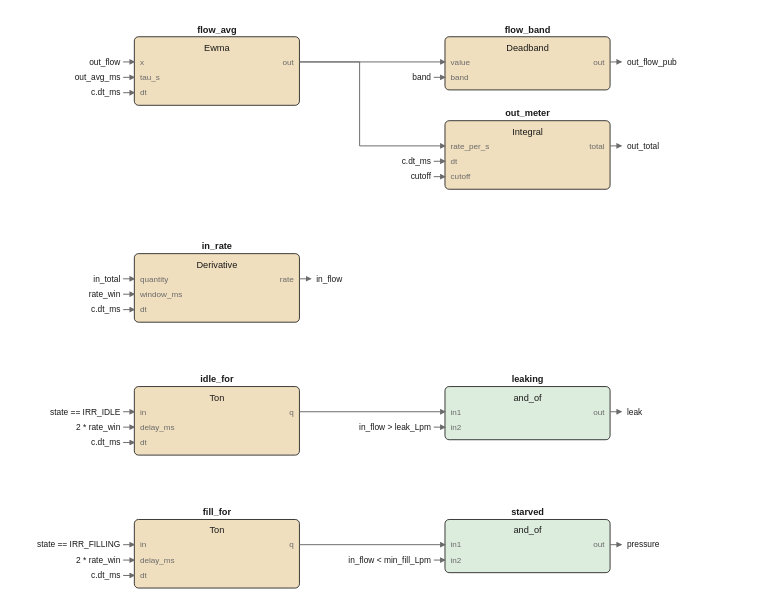
Above: images/logic/irr_meters_fbd.drawio.svg in pstch/botanik2 (draw.io), before the change. Source tidied: cells renumbered, new cells last; positions are measured from the earlier drawing's top-left corner, leaving out a move shared by most shapes.
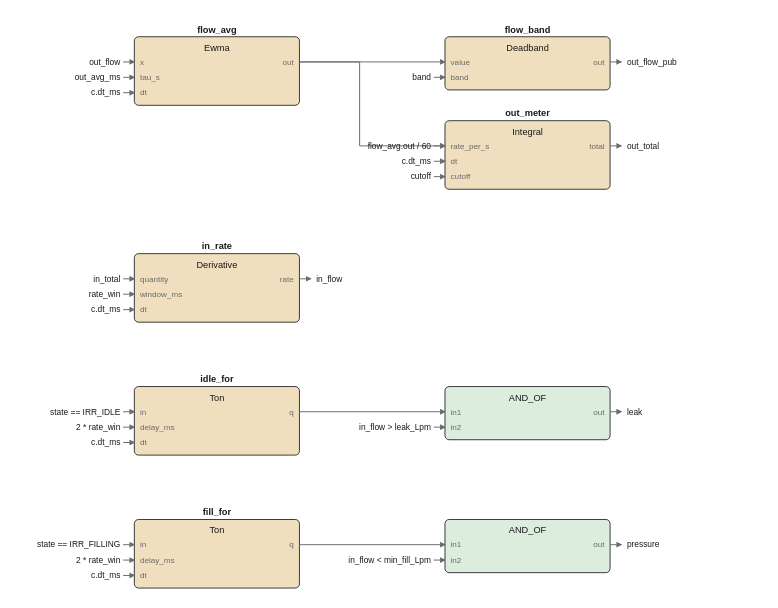
After the change.

The edit, as a diff of the source:
```diff
@@ -107,122 +107,125 @@
     <mxCell id="36" style="rounded=1;fillColor=#dcecdd;strokeColor=#1a1a1a;whiteSpace=wrap;html=1;fontSize=8;" parent="1" vertex="1">
       <mxGeometry x="232" y="260" width="118" height="38" as="geometry" />
     </mxCell>
-    <mxCell id="37" value="leaking" style="text;html=1;fontSize=6;fontColor=#1a1a1a;align=center;fontStyle=1;" parent="1" vertex="1">
-      <mxGeometry x="291" y="250.4" width="40" height="10.6" as="geometry" />
+    <mxCell id="37" value="AND_OF" style="text;html=1;fontSize=6;fontColor=#1a1a1a;align=center;" parent="1" vertex="1">
+      <mxGeometry x="291" y="263.4" width="40" height="10.6" as="geometry" />
     </mxCell>
-    <mxCell id="38" value="and_of" style="text;html=1;fontSize=6;fontColor=#1a1a1a;align=center;" parent="1" vertex="1">
-      <mxGeometry x="291" y="263.4" width="40" height="10.6" as="geometry" />
+    <mxCell id="38" value="in1" style="text;html=1;fontSize=5;fontColor=#6b6b6b;align=left;" parent="1" vertex="1">
+      <mxGeometry x="236" y="274.2" width="40" height="9.8" as="geometry" />
     </mxCell>
-    <mxCell id="39" value="in1" style="text;html=1;fontSize=5;fontColor=#6b6b6b;align=left;" parent="1" vertex="1">
-      <mxGeometry x="236" y="274.2" width="40" height="9.8" as="geometry" />
+    <mxCell id="39" value="in2" style="text;html=1;fontSize=5;fontColor=#6b6b6b;align=left;" parent="1" vertex="1">
+      <mxGeometry x="236" y="285.2" width="40" height="9.8" as="geometry" />
     </mxCell>
-    <mxCell id="40" value="in2" style="text;html=1;fontSize=5;fontColor=#6b6b6b;align=left;" parent="1" vertex="1">
-      <mxGeometry x="236" y="285.2" width="40" height="9.8" as="geometry" />
+    <mxCell id="40" value="out" style="text;html=1;fontSize=5;fontColor=#6b6b6b;align=left;" parent="1" vertex="1">
+      <mxGeometry x="346" y="274.2" width="40" height="9.8" as="geometry" />
     </mxCell>
-    <mxCell id="41" value="out" style="text;html=1;fontSize=5;fontColor=#6b6b6b;align=left;" parent="1" vertex="1">
-      <mxGeometry x="346" y="274.2" width="40" height="9.8" as="geometry" />
+    <mxCell id="41" style="rounded=1;fillColor=#f0dfbe;strokeColor=#1a1a1a;whiteSpace=wrap;html=1;fontSize=8;" parent="1" vertex="1">
+      <mxGeometry x="10" y="355" width="118" height="49" as="geometry" />
     </mxCell>
-    <mxCell id="42" style="rounded=1;fillColor=#f0dfbe;strokeColor=#1a1a1a;whiteSpace=wrap;html=1;fontSize=8;" parent="1" vertex="1">
-      <mxGeometry x="10" y="355" width="118" height="49" as="geometry" />
+    <mxCell id="42" value="fill_for" style="text;html=1;fontSize=6;fontColor=#1a1a1a;align=center;fontStyle=1;" parent="1" vertex="1">
+      <mxGeometry x="69" y="345.4" width="40" height="10.6" as="geometry" />
     </mxCell>
-    <mxCell id="43" value="fill_for" style="text;html=1;fontSize=6;fontColor=#1a1a1a;align=center;fontStyle=1;" parent="1" vertex="1">
-      <mxGeometry x="69" y="345.4" width="40" height="10.6" as="geometry" />
+    <mxCell id="43" value="Ton" style="text;html=1;fontSize=6;fontColor=#1a1a1a;align=center;" parent="1" vertex="1">
+      <mxGeometry x="69" y="358.4" width="40" height="10.6" as="geometry" />
     </mxCell>
-    <mxCell id="44" value="Ton" style="text;html=1;fontSize=6;fontColor=#1a1a1a;align=center;" parent="1" vertex="1">
-      <mxGeometry x="69" y="358.4" width="40" height="10.6" as="geometry" />
+    <mxCell id="44" value="in" style="text;html=1;fontSize=5;fontColor=#6b6b6b;align=left;" parent="1" vertex="1">
+      <mxGeometry x="14" y="369.2" width="40" height="9.8" as="geometry" />
     </mxCell>
-    <mxCell id="45" value="in" style="text;html=1;fontSize=5;fontColor=#6b6b6b;align=left;" parent="1" vertex="1">
-      <mxGeometry x="14" y="369.2" width="40" height="9.8" as="geometry" />
+    <mxCell id="45" value="delay_ms" style="text;html=1;fontSize=5;fontColor=#6b6b6b;align=left;" parent="1" vertex="1">
+      <mxGeometry x="14" y="380.2" width="40" height="9.8" as="geometry" />
     </mxCell>
-    <mxCell id="46" value="delay_ms" style="text;html=1;fontSize=5;fontColor=#6b6b6b;align=left;" parent="1" vertex="1">
-      <mxGeometry x="14" y="380.2" width="40" height="9.8" as="geometry" />
+    <mxCell id="46" value="dt" style="text;html=1;fontSize=5;fontColor=#6b6b6b;align=left;" parent="1" vertex="1">
+      <mxGeometry x="14" y="391.2" width="40" height="9.8" as="geometry" />
     </mxCell>
-    <mxCell id="47" value="dt" style="text;html=1;fontSize=5;fontColor=#6b6b6b;align=left;" parent="1" vertex="1">
-      <mxGeometry x="14" y="391.2" width="40" height="9.8" as="geometry" />
+    <mxCell id="47" value="q" style="text;html=1;fontSize=5;fontColor=#6b6b6b;align=left;" parent="1" vertex="1">
+      <mxGeometry x="124" y="369.2" width="40" height="9.8" as="geometry" />
     </mxCell>
-    <mxCell id="48" value="q" style="text;html=1;fontSize=5;fontColor=#6b6b6b;align=left;" parent="1" vertex="1">
-      <mxGeometry x="124" y="369.2" width="40" height="9.8" as="geometry" />
+    <mxCell id="48" style="rounded=1;fillColor=#dcecdd;strokeColor=#1a1a1a;whiteSpace=wrap;html=1;fontSize=8;" parent="1" vertex="1">
+      <mxGeometry x="232" y="355" width="118" height="38" as="geometry" />
     </mxCell>
-    <mxCell id="49" style="rounded=1;fillColor=#dcecdd;strokeColor=#1a1a1a;whiteSpace=wrap;html=1;fontSize=8;" parent="1" vertex="1">
-      <mxGeometry x="232" y="355" width="118" height="38" as="geometry" />
+    <mxCell id="49" value="AND_OF" style="text;html=1;fontSize=6;fontColor=#1a1a1a;align=center;" parent="1" vertex="1">
+      <mxGeometry x="291" y="358.4" width="40" height="10.6" as="geometry" />
     </mxCell>
-    <mxCell id="50" value="starved" style="text;html=1;fontSize=6;fontColor=#1a1a1a;align=center;fontStyle=1;" parent="1" vertex="1">
-      <mxGeometry x="291" y="345.4" width="40" height="10.6" as="geometry" />
+    <mxCell id="50" value="in1" style="text;html=1;fontSize=5;fontColor=#6b6b6b;align=left;" parent="1" vertex="1">
+      <mxGeometry x="236" y="369.2" width="40" height="9.8" as="geometry" />
     </mxCell>
-    <mxCell id="51" value="and_of" style="text;html=1;fontSize=6;fontColor=#1a1a1a;align=center;" parent="1" vertex="1">
-      <mxGeometry x="291" y="358.4" width="40" height="10.6" as="geometry" />
+    <mxCell id="51" value="in2" style="text;html=1;fontSize=5;fontColor=#6b6b6b;align=left;" parent="1" vertex="1">
+      <mxGeometry x="236" y="380.2" width="40" height="9.8" as="geometry" />
     </mxCell>
-    <mxCell id="52" value="in1" style="text;html=1;fontSize=5;fontColor=#6b6b6b;align=left;" parent="1" vertex="1">
-      <mxGeometry x="236" y="369.2" width="40" height="9.8" as="geometry" />
+    <mxCell id="52" value="out" style="text;html=1;fontSize=5;fontColor=#6b6b6b;align=left;" parent="1" vertex="1">
+      <mxGeometry x="346" y="369.2" width="40" height="9.8" as="geometry" />
     </mxCell>
-    <mxCell id="53" value="in2" style="text;html=1;fontSize=5;fontColor=#6b6b6b;align=left;" parent="1" vertex="1">
-      <mxGeometry x="236" y="380.2" width="40" height="9.8" as="geometry" />
-    </mxCell>
-    <mxCell id="54" value="out" style="text;html=1;fontSize=5;fontColor=#6b6b6b;align=left;" parent="1" vertex="1">
-      <mxGeometry x="346" y="369.2" width="40" height="9.8" as="geometry" />
-    </mxCell>
+    <mxCell id="103" style="edgeStyle=none;html=1;strokeColor=#6b6b6b;endArrow=block;" parent="1" edge="1">
+      <mxGeometry relative="1" as="geometry">
+        <mxPoint x="128" y="28" as="sourcePoint" />
+        <mxPoint x="232" y="28" as="targetPoint" />
+      </mxGeometry>
+    </mxCell>
+    <mxCell id="104" style="edgeStyle=none;html=1;strokeColor=#6b6b6b;endArrow=block;" parent="1" edge="1">
+      <mxGeometry relative="1" as="geometry">
+        <mxPoint x="128" y="28" as="sourcePoint" />
+        <mxPoint x="232" y="88" as="targetPoint" />
+        <Array as="points">
+          <mxPoint x="171" y="28" />
+          <mxPoint x="171" y="88" />
+        </Array>
+      </mxGeometry>
+    </mxCell>
     <mxCell id="55" style="edgeStyle=none;html=1;strokeColor=#6b6b6b;endArrow=block;" parent="1" edge="1">
       <mxGeometry relative="1" as="geometry">
-        <mxPoint x="128" y="28" as="sourcePoint" />
-        <mxPoint x="232" y="28" as="targetPoint" />
+        <mxPoint x="128" y="278" as="sourcePoint" />
+        <mxPoint x="232" y="278" as="targetPoint" />
       </mxGeometry>
     </mxCell>
     <mxCell id="56" style="edgeStyle=none;html=1;strokeColor=#6b6b6b;endArrow=block;" parent="1" edge="1">
       <mxGeometry relative="1" as="geometry">
-        <mxPoint x="128" y="28" as="sourcePoint" />
-        <mxPoint x="232" y="88" as="targetPoint" />
-        <Array as="points">
-          <mxPoint x="171" y="28" />
-          <mxPoint x="171" y="88" />
-        </Array>
+        <mxPoint x="128" y="373" as="sourcePoint" />
+        <mxPoint x="232" y="373" as="targetPoint" />
       </mxGeometry>
     </mxCell>
-    <mxCell id="57" style="edgeStyle=none;html=1;strokeColor=#6b6b6b;endArrow=block;" parent="1" edge="1">
-      <mxGeometry relative="1" as="geometry">
-        <mxPoint x="128" y="278" as="sourcePoint" />
-        <mxPoint x="232" y="278" as="targetPoint" />
-      </mxGeometry>
-    </mxCell>
+    <mxCell id="105" value="out_flow" style="text;html=1;fontSize=6;fontColor=#1a1a1a;align=left;" parent="1" vertex="1">
+      <mxGeometry y="24" width="40" height="10" as="geometry" />
+    </mxCell>
     <mxCell id="58" style="edgeStyle=none;html=1;strokeColor=#6b6b6b;endArrow=block;" parent="1" edge="1">
       <mxGeometry relative="1" as="geometry">
-        <mxPoint x="128" y="373" as="sourcePoint" />
-        <mxPoint x="232" y="373" as="targetPoint" />
+        <mxPoint x="2" y="28" as="sourcePoint" />
+        <mxPoint x="10" y="28" as="targetPoint" />
       </mxGeometry>
     </mxCell>
-    <mxCell id="59" value="out_flow" style="text;html=1;fontSize=6;fontColor=#1a1a1a;align=left;" parent="1" vertex="1">
-      <mxGeometry y="24" width="40" height="10" as="geometry" />
+    <mxCell id="59" value="out_avg_ms" style="text;html=1;fontSize=6;fontColor=#1a1a1a;align=left;" parent="1" vertex="1">
+      <mxGeometry y="35" width="50" height="10" as="geometry" />
     </mxCell>
     <mxCell id="60" style="edgeStyle=none;html=1;strokeColor=#6b6b6b;endArrow=block;" parent="1" edge="1">
       <mxGeometry relative="1" as="geometry">
-        <mxPoint x="2" y="28" as="sourcePoint" />
-        <mxPoint x="10" y="28" as="targetPoint" />
+        <mxPoint x="2" y="39" as="sourcePoint" />
+        <mxPoint x="10" y="39" as="targetPoint" />
       </mxGeometry>
     </mxCell>
-    <mxCell id="61" value="out_avg_ms" style="text;html=1;fontSize=6;fontColor=#1a1a1a;align=left;" parent="1" vertex="1">
-      <mxGeometry y="35" width="50" height="10" as="geometry" />
+    <mxCell id="61" value="c.dt_ms" style="text;html=1;fontSize=6;fontColor=#1a1a1a;align=left;" parent="1" vertex="1">
+      <mxGeometry y="46" width="40" height="10" as="geometry" />
     </mxCell>
     <mxCell id="62" style="edgeStyle=none;html=1;strokeColor=#6b6b6b;endArrow=block;" parent="1" edge="1">
       <mxGeometry relative="1" as="geometry">
-        <mxPoint x="2" y="39" as="sourcePoint" />
-        <mxPoint x="10" y="39" as="targetPoint" />
+        <mxPoint x="2" y="50" as="sourcePoint" />
+        <mxPoint x="10" y="50" as="targetPoint" />
       </mxGeometry>
     </mxCell>
-    <mxCell id="63" value="c.dt_ms" style="text;html=1;fontSize=6;fontColor=#1a1a1a;align=left;" parent="1" vertex="1">
-      <mxGeometry y="46" width="40" height="10" as="geometry" />
+    <mxCell id="63" value="band" style="text;html=1;fontSize=6;fontColor=#1a1a1a;align=left;" parent="1" vertex="1">
+      <mxGeometry x="222" y="35" width="40" height="10" as="geometry" />
     </mxCell>
     <mxCell id="64" style="edgeStyle=none;html=1;strokeColor=#6b6b6b;endArrow=block;" parent="1" edge="1">
       <mxGeometry relative="1" as="geometry">
-        <mxPoint x="2" y="50" as="sourcePoint" />
-        <mxPoint x="10" y="50" as="targetPoint" />
+        <mxPoint x="224" y="39" as="sourcePoint" />
+        <mxPoint x="232" y="39" as="targetPoint" />
       </mxGeometry>
     </mxCell>
-    <mxCell id="65" value="band" style="text;html=1;fontSize=6;fontColor=#1a1a1a;align=left;" parent="1" vertex="1">
-      <mxGeometry x="222" y="35" width="40" height="10" as="geometry" />
+    <mxCell id="65" value="flow_avg.out / 60" style="text;html=1;fontSize=6;fontColor=#1a1a1a;align=left;" parent="1" vertex="1">
+      <mxGeometry x="222" y="84" width="85" height="10" as="geometry" />
     </mxCell>
     <mxCell id="66" style="edgeStyle=none;html=1;strokeColor=#6b6b6b;endArrow=block;" parent="1" edge="1">
       <mxGeometry relative="1" as="geometry">
-        <mxPoint x="224" y="39" as="sourcePoint" />
-        <mxPoint x="232" y="39" as="targetPoint" />
+        <mxPoint x="224" y="88" as="sourcePoint" />
+        <mxPoint x="232" y="88" as="targetPoint" />
       </mxGeometry>
     </mxCell>
     <mxCell id="67" value="c.dt_ms" style="text;html=1;fontSize=6;fontColor=#1a1a1a;align=left;" parent="1" vertex="1">
```
